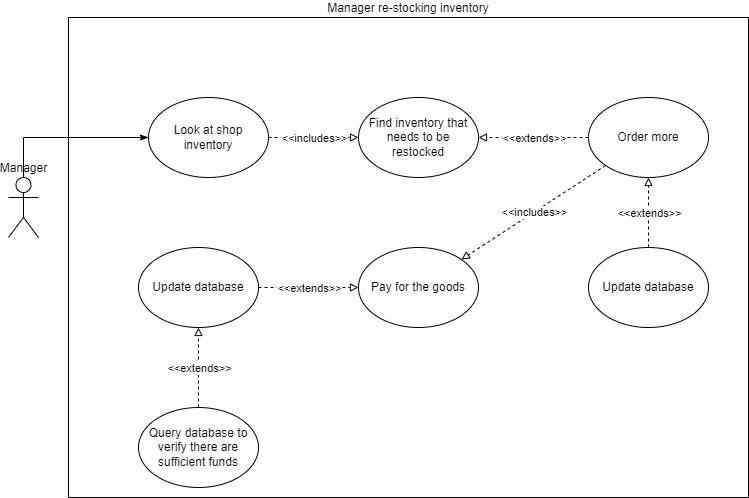
Above: images/UseCaseDiagram4.drawio.png in Zachary-Harrison/FrappuccinoShop (draw.io), before the change. Source tidied: cells renumbered, new cells last; positions are measured from the earlier drawing's top-left corner, leaving out a move shared by most shapes.
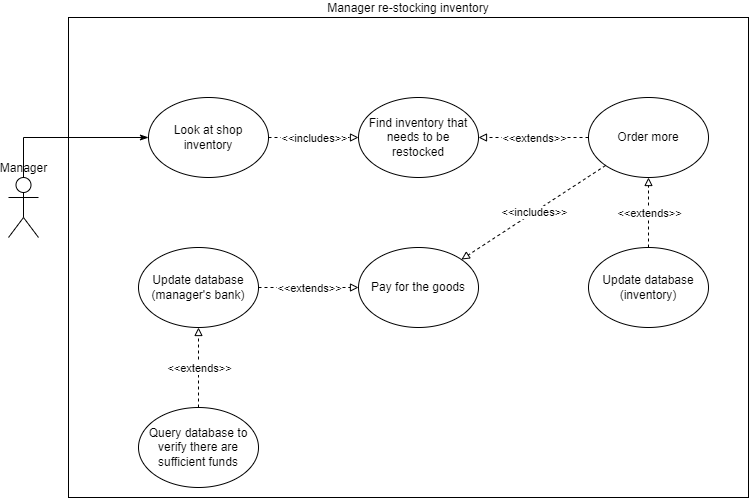
After the change.

Commit message:
Update UCD to have two "Update Database" bubbles

What changed in the source:
```diff
@@ -16,7 +16,7 @@
     <mxCell id="4" value="Find inventory that needs to be restocked" style="ellipse;whiteSpace=wrap;html=1;" parent="1" vertex="1">
       <mxGeometry x="350" y="80" width="120" height="80" as="geometry" />
     </mxCell>
-    <mxCell id="5" value="Update database" style="ellipse;whiteSpace=wrap;html=1;shadow=0;glass=1;sketch=0;" parent="1" vertex="1">
+    <mxCell id="5" value="Update database (manager's bank)" style="ellipse;whiteSpace=wrap;html=1;shadow=0;glass=1;sketch=0;" parent="1" vertex="1">
       <mxGeometry x="130" y="230" width="120" height="80" as="geometry" />
     </mxCell>
     <mxCell id="6" style="endArrow=block;html=1;rounded=0;dashed=1;endFill=0;" parent="1" edge="1" source="5" target="18">
@@ -72,7 +72,7 @@
     <mxCell id="22" value="&amp;lt;&amp;lt;extends&amp;gt;&amp;gt;" style="edgeLabel;html=1;align=center;verticalAlign=middle;" parent="21" vertex="1">
       <mxGeometry relative="1" as="geometry" />
     </mxCell>
-    <mxCell id="23" value="Update database" style="ellipse;whiteSpace=wrap;html=1;shadow=0;glass=1;sketch=0;" parent="1" vertex="1">
+    <mxCell id="23" value="Update database (inventory)" style="ellipse;whiteSpace=wrap;html=1;shadow=0;glass=1;sketch=0;" parent="1" vertex="1">
       <mxGeometry x="580" y="230" width="120" height="80" as="geometry" />
     </mxCell>
   </root>
```
